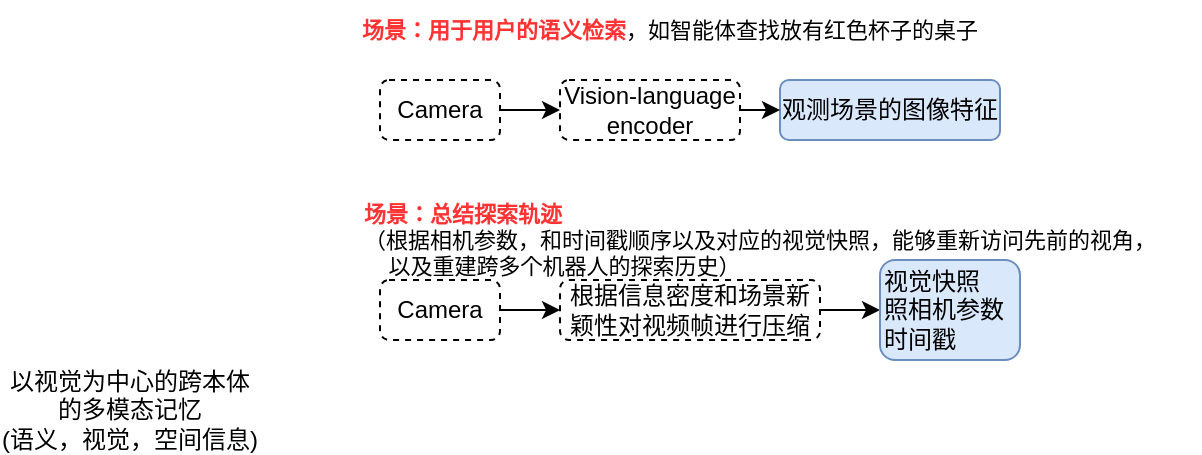
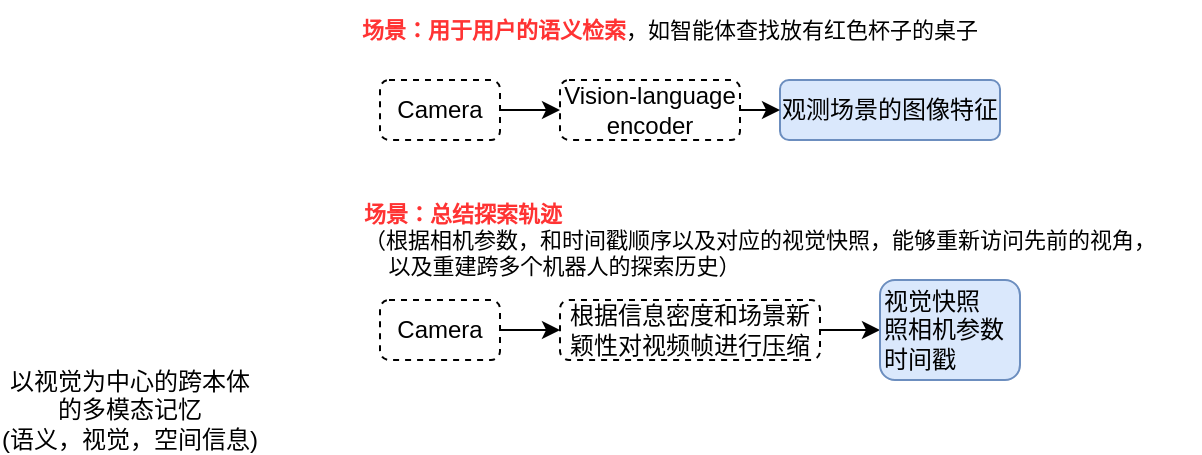
<mxfile host="app.diagrams.net">
  <diagram name="第 1 页" id="ri1UiOSOw__C7K71Jf-3">
    <mxGraphModel dx="884" dy="479" grid="1" gridSize="10" guides="1" tooltips="1" connect="1" arrows="1" fold="1" page="1" pageScale="1" pageWidth="3300" pageHeight="2339" math="0" shadow="0">
      <root>
        <mxCell id="0" />
        <mxCell id="1" parent="0" />
        <mxCell id="8uAygAgR7DF40HWwl34I-1" parent="1" style="text;html=1;whiteSpace=wrap;strokeColor=none;fillColor=none;align=center;verticalAlign=middle;rounded=0;" value="以视觉为中心的跨本体的多模态记忆&lt;br&gt;(语义，视觉，空间信息)" vertex="1">
          <mxGeometry height="30" width="130" x="20" y="260" as="geometry" />
        </mxCell>
        <mxCell id="8uAygAgR7DF40HWwl34I-2" parent="1" style="rounded=1;whiteSpace=wrap;html=1;fillColor=#dae8fc;strokeColor=#6c8ebf;" value="观测场景的图像特征" vertex="1">
          <mxGeometry height="30" width="110" x="410" y="110" as="geometry" />
        </mxCell>
        <mxCell id="8uAygAgR7DF40HWwl34I-5" edge="1" parent="1" source="8uAygAgR7DF40HWwl34I-3" style="edgeStyle=orthogonalEdgeStyle;rounded=0;orthogonalLoop=1;jettySize=auto;html=1;exitX=1;exitY=0.5;exitDx=0;exitDy=0;entryX=0;entryY=0.5;entryDx=0;entryDy=0;" target="8uAygAgR7DF40HWwl34I-2">
          <mxGeometry relative="1" as="geometry" />
        </mxCell>
        <mxCell id="8uAygAgR7DF40HWwl34I-3" parent="1" style="rounded=1;whiteSpace=wrap;html=1;dashed=1;" value="Vision-language encoder" vertex="1">
          <mxGeometry height="30" width="90" x="300" y="110" as="geometry" />
        </mxCell>
        <mxCell id="8uAygAgR7DF40HWwl34I-6" edge="1" parent="1" source="8uAygAgR7DF40HWwl34I-4" style="edgeStyle=orthogonalEdgeStyle;rounded=0;orthogonalLoop=1;jettySize=auto;html=1;exitX=1;exitY=0.5;exitDx=0;exitDy=0;entryX=0;entryY=0.5;entryDx=0;entryDy=0;" target="8uAygAgR7DF40HWwl34I-3">
          <mxGeometry relative="1" as="geometry" />
        </mxCell>
        <mxCell id="8uAygAgR7DF40HWwl34I-4" parent="1" style="rounded=1;whiteSpace=wrap;html=1;dashed=1;" value="Camera" vertex="1">
          <mxGeometry height="30" width="60" x="210" y="110" as="geometry" />
        </mxCell>
        <mxCell id="8uAygAgR7DF40HWwl34I-7" parent="1" style="text;html=1;whiteSpace=wrap;strokeColor=none;fillColor=none;align=center;verticalAlign=middle;rounded=0;fontSize=11;" value="&lt;b&gt;&lt;font style=&quot;color: rgb(255, 51, 51);&quot;&gt;场景：用于用户的语义检索&lt;/font&gt;&lt;/b&gt;，如智能体查找放有红色杯子的桌子" vertex="1">
          <mxGeometry height="30" width="310" x="200" y="70" as="geometry" />
        </mxCell>
        <mxCell id="8uAygAgR7DF40HWwl34I-10" edge="1" parent="1" source="8uAygAgR7DF40HWwl34I-8" style="edgeStyle=orthogonalEdgeStyle;rounded=0;orthogonalLoop=1;jettySize=auto;html=1;" target="8uAygAgR7DF40HWwl34I-9" value="">
          <mxGeometry relative="1" as="geometry" />
        </mxCell>
        <mxCell id="8uAygAgR7DF40HWwl34I-8" parent="1" style="rounded=1;whiteSpace=wrap;html=1;dashed=1;" value="Camera" vertex="1">
-           <mxGeometry height="30" width="60" x="210" y="210" as="geometry" />
+           <mxGeometry height="30" width="60" x="210" y="220" as="geometry" />
        </mxCell>
        <mxCell id="8uAygAgR7DF40HWwl34I-14" edge="1" parent="1" source="8uAygAgR7DF40HWwl34I-9" style="edgeStyle=orthogonalEdgeStyle;rounded=0;orthogonalLoop=1;jettySize=auto;html=1;exitX=1;exitY=0.5;exitDx=0;exitDy=0;entryX=0;entryY=0.5;entryDx=0;entryDy=0;" target="8uAygAgR7DF40HWwl34I-13">
          <mxGeometry relative="1" as="geometry" />
        </mxCell>
        <mxCell id="8uAygAgR7DF40HWwl34I-9" parent="1" style="rounded=1;whiteSpace=wrap;html=1;dashed=1;" value="根据信息密度和场景新颖性对视频帧进行压缩" vertex="1">
-           <mxGeometry height="30" width="130" x="300" y="210" as="geometry" />
+           <mxGeometry height="30" width="130" x="300" y="220" as="geometry" />
        </mxCell>
        <mxCell id="8uAygAgR7DF40HWwl34I-11" parent="1" style="text;html=1;whiteSpace=wrap;strokeColor=none;fillColor=none;align=left;verticalAlign=middle;rounded=0;fontSize=11;" value="&lt;b&gt;&lt;font style=&quot;color: rgb(255, 51, 51);&quot;&gt;场景：总结探索轨迹&lt;/font&gt;&lt;/b&gt;&lt;br&gt;（根据相机参数，和时间戳顺序以及对应的视觉快照，能够重新访问先前的视角，&lt;br&gt;&amp;nbsp; &amp;nbsp; 以及重建跨多个机器人的探索历史）" vertex="1">
          <mxGeometry height="40" width="420" x="200" y="170" as="geometry" />
        </mxCell>
        <mxCell id="8uAygAgR7DF40HWwl34I-13" parent="1" style="rounded=1;whiteSpace=wrap;html=1;fillColor=#dae8fc;strokeColor=#6c8ebf;align=left;" value="视觉快照&lt;br&gt;&lt;span style=&quot;&quot;&gt;照相机参数&lt;/span&gt;&lt;div style=&quot;&quot;&gt;时间戳&lt;/div&gt;" vertex="1">
-           <mxGeometry height="50" width="70" x="460" y="200" as="geometry" />
+           <mxGeometry height="50" width="70" x="460" y="210" as="geometry" />
        </mxCell>
      </root>
    </mxGraphModel>
  </diagram>
</mxfile>
